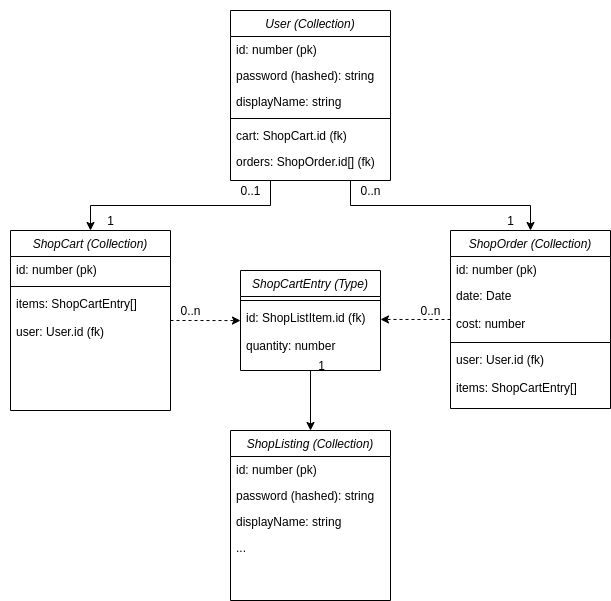
The draw.io diagram docs/assets/DbSchema.png in scottzach1/Packet-Loss-Computer-Store, before a commit. Source tidied: cells renumbered, new cells last; positions are measured from the earlier drawing's top-left corner, leaving out a move shared by most shapes. The source it was exported from:
```xml
<mxGraphModel>
  <root>
    <mxCell id="0" />
    <mxCell id="1" parent="0" />
    <mxCell id="2" value="ShopCartEntry (Type)" style="swimlane;fontStyle=2;align=center;verticalAlign=top;horizontal=1;startSize=26;rounded=0;shadow=0;strokeWidth=1;" parent="1" vertex="1">
      <mxGeometry x="230" y="260" width="140" height="100" as="geometry" />
    </mxCell>
    <mxCell id="3" style="line;html=1;strokeWidth=1;align=left;verticalAlign=middle;spacingTop=-1;spacingLeft=3;spacingRight=3;labelPosition=right;" parent="2" vertex="1">
      <mxGeometry y="26" width="140" height="8" as="geometry" />
    </mxCell>
    <mxCell id="4" value="id: ShopListItem.id (fk)" style="text;align=left;verticalAlign=top;spacingLeft=4;spacingRight=4;overflow=hidden;points=[[0,0.5],[1,0.5]];portConstraint=eastwest;" parent="2" vertex="1">
      <mxGeometry y="34" width="140" height="28" as="geometry" />
    </mxCell>
    <mxCell id="5" value="quantity: number" style="text;align=left;verticalAlign=top;spacingLeft=4;spacingRight=4;overflow=hidden;" parent="2" vertex="1">
      <mxGeometry y="62" width="140" height="28" as="geometry" />
    </mxCell>
    <mxCell id="6" value="0..1" style="text;html=1;align=center;verticalAlign=middle;" parent="1" vertex="1">
      <mxGeometry x="220" y="170" width="40" height="20" as="geometry" />
    </mxCell>
    <mxCell id="7" value="0..n" style="text;html=1;align=center;verticalAlign=middle;" parent="1" vertex="1">
      <mxGeometry x="340" y="170" width="40" height="20" as="geometry" />
    </mxCell>
    <mxCell id="8" value="1" style="text;html=1;align=center;verticalAlign=middle;" parent="1" vertex="1">
      <mxGeometry x="490" y="200" width="20" height="20" as="geometry" />
    </mxCell>
    <mxCell id="9" style="edgeStyle=orthogonalEdgeStyle;rounded=0;jettySize=auto;html=1;exitX=0.25;exitY=1;exitDx=0;exitDy=0;" parent="1" edge="1" source="21" target="37">
      <mxGeometry relative="1" as="geometry" />
    </mxCell>
    <mxCell id="10" style="edgeStyle=orthogonalEdgeStyle;rounded=0;jettySize=auto;html=1;exitX=1;exitY=0.5;exitDx=0;exitDy=0;entryX=0;entryY=0.573;entryDx=0;entryDy=0;entryPerimeter=0;dashed=1;" parent="1" edge="1" source="37" target="4">
      <mxGeometry relative="1" as="geometry" />
    </mxCell>
    <mxCell id="11" style="edgeStyle=orthogonalEdgeStyle;rounded=0;jettySize=auto;html=1;exitX=0;exitY=0.5;exitDx=0;exitDy=0;entryX=1;entryY=0.534;entryDx=0;entryDy=0;entryPerimeter=0;dashed=1;" parent="1" edge="1" source="12" target="4">
      <mxGeometry relative="1" as="geometry" />
    </mxCell>
    <mxCell id="12" value="ShopOrder (Collection)" style="swimlane;fontStyle=2;align=center;verticalAlign=top;horizontal=1;startSize=26;rounded=0;shadow=0;strokeWidth=1;" parent="1" vertex="1">
      <mxGeometry x="440" y="220" width="160" height="178" as="geometry" />
    </mxCell>
    <mxCell id="13" value="id: number (pk)" style="text;align=left;verticalAlign=top;spacingLeft=4;spacingRight=4;overflow=hidden;" parent="12" vertex="1">
      <mxGeometry y="26" width="160" height="26" as="geometry" />
    </mxCell>
    <mxCell id="14" value="date: Date" style="text;align=left;verticalAlign=top;spacingLeft=4;spacingRight=4;overflow=hidden;" parent="12" vertex="1">
      <mxGeometry y="52" width="160" height="28" as="geometry" />
    </mxCell>
    <mxCell id="15" value="cost: number" style="text;align=left;verticalAlign=top;spacingLeft=4;spacingRight=4;overflow=hidden;" parent="12" vertex="1">
      <mxGeometry y="80" width="160" height="28" as="geometry" />
    </mxCell>
    <mxCell id="16" style="line;html=1;strokeWidth=1;align=left;verticalAlign=middle;spacingTop=-1;spacingLeft=3;spacingRight=3;labelPosition=right;" parent="12" vertex="1">
      <mxGeometry y="108" width="160" height="8" as="geometry" />
    </mxCell>
    <mxCell id="17" value="user: User.id (fk)" style="text;align=left;verticalAlign=top;spacingLeft=4;spacingRight=4;overflow=hidden;" parent="12" vertex="1">
      <mxGeometry y="116" width="160" height="28" as="geometry" />
    </mxCell>
    <mxCell id="18" value="items: ShopCartEntry[]" style="text;align=left;verticalAlign=top;spacingLeft=4;spacingRight=4;overflow=hidden;" parent="12" vertex="1">
      <mxGeometry y="144" width="160" height="34" as="geometry" />
    </mxCell>
    <mxCell id="19" value="1" style="text;html=1;align=center;verticalAlign=middle;" parent="1" vertex="1">
      <mxGeometry x="90" y="200" width="20" height="20" as="geometry" />
    </mxCell>
    <mxCell id="20" style="edgeStyle=orthogonalEdgeStyle;rounded=0;jettySize=auto;html=1;exitX=0.75;exitY=1;exitDx=0;exitDy=0;" parent="1" edge="1" source="21" target="12">
      <mxGeometry relative="1" as="geometry" />
    </mxCell>
    <mxCell id="21" value="User (Collection)" style="swimlane;fontStyle=2;align=center;verticalAlign=top;horizontal=1;startSize=26;rounded=0;shadow=0;strokeWidth=1;" parent="1" vertex="1">
      <mxGeometry x="220" width="160" height="170" as="geometry" />
    </mxCell>
    <mxCell id="22" value="id: number (pk)" style="text;align=left;verticalAlign=top;spacingLeft=4;spacingRight=4;overflow=hidden;" parent="21" vertex="1">
      <mxGeometry y="26" width="160" height="26" as="geometry" />
    </mxCell>
    <mxCell id="23" value="password (hashed): string" style="text;align=left;verticalAlign=top;spacingLeft=4;spacingRight=4;overflow=hidden;rounded=0;shadow=0;html=0;" parent="21" vertex="1">
      <mxGeometry y="52" width="160" height="26" as="geometry" />
    </mxCell>
    <mxCell id="24" value="displayName: string" style="text;align=left;verticalAlign=top;spacingLeft=4;spacingRight=4;overflow=hidden;rounded=0;shadow=0;html=0;" parent="21" vertex="1">
      <mxGeometry y="78" width="160" height="26" as="geometry" />
    </mxCell>
    <mxCell id="25" style="line;html=1;strokeWidth=1;align=left;verticalAlign=middle;spacingTop=-1;spacingLeft=3;spacingRight=3;labelPosition=right;" parent="21" vertex="1">
      <mxGeometry y="104" width="160" height="8" as="geometry" />
    </mxCell>
    <mxCell id="26" value="cart: ShopCart.id (fk)" style="text;align=left;verticalAlign=top;spacingLeft=4;spacingRight=4;overflow=hidden;rounded=0;shadow=0;html=0;" parent="21" vertex="1">
      <mxGeometry y="112" width="160" height="26" as="geometry" />
    </mxCell>
    <mxCell id="27" value="orders: ShopOrder.id[] (fk)" style="text;align=left;verticalAlign=top;spacingLeft=4;spacingRight=4;overflow=hidden;rounded=0;shadow=0;html=0;" parent="21" vertex="1">
      <mxGeometry y="138" width="160" height="26" as="geometry" />
    </mxCell>
    <mxCell id="28" style="edgeStyle=orthogonalEdgeStyle;rounded=0;jettySize=auto;html=1;exitX=0.5;exitY=1;exitDx=0;exitDy=0;entryX=0.5;entryY=0;entryDx=0;entryDy=0;" parent="1" edge="1" source="2" target="29">
      <mxGeometry relative="1" as="geometry" />
    </mxCell>
    <mxCell id="29" value="ShopListing (Collection)" style="swimlane;fontStyle=2;align=center;verticalAlign=top;horizontal=1;startSize=26;rounded=0;shadow=0;strokeWidth=1;" parent="1" vertex="1">
      <mxGeometry x="220" y="420" width="160" height="170" as="geometry" />
    </mxCell>
    <mxCell id="30" value="id: number (pk)" style="text;align=left;verticalAlign=top;spacingLeft=4;spacingRight=4;overflow=hidden;" parent="29" vertex="1">
      <mxGeometry y="26" width="160" height="26" as="geometry" />
    </mxCell>
    <mxCell id="31" value="password (hashed): string" style="text;align=left;verticalAlign=top;spacingLeft=4;spacingRight=4;overflow=hidden;rounded=0;shadow=0;html=0;" parent="29" vertex="1">
      <mxGeometry y="52" width="160" height="26" as="geometry" />
    </mxCell>
    <mxCell id="32" value="displayName: string" style="text;align=left;verticalAlign=top;spacingLeft=4;spacingRight=4;overflow=hidden;rounded=0;shadow=0;html=0;" parent="29" vertex="1">
      <mxGeometry y="78" width="160" height="26" as="geometry" />
    </mxCell>
    <mxCell id="33" value="..." style="text;align=left;verticalAlign=top;spacingLeft=4;spacingRight=4;overflow=hidden;rounded=0;shadow=0;html=0;" parent="29" vertex="1">
      <mxGeometry y="104" width="160" height="26" as="geometry" />
    </mxCell>
    <mxCell id="34" value="0..n" style="text;html=1;align=center;verticalAlign=middle;" parent="1" vertex="1">
      <mxGeometry x="400" y="290" width="40" height="20" as="geometry" />
    </mxCell>
    <mxCell id="35" value="0..n" style="text;html=1;align=center;verticalAlign=middle;" parent="1" vertex="1">
      <mxGeometry x="160" y="290" width="40" height="20" as="geometry" />
    </mxCell>
    <mxCell id="36" value="1" style="text;html=1;align=center;verticalAlign=middle;" parent="1" vertex="1">
      <mxGeometry x="301" y="345" width="20" height="20" as="geometry" />
    </mxCell>
    <mxCell id="37" value="ShopCart (Collection)" style="swimlane;fontStyle=2;align=center;verticalAlign=top;horizontal=1;startSize=26;rounded=0;shadow=0;strokeWidth=1;" parent="1" vertex="1">
      <mxGeometry y="220" width="160" height="180" as="geometry" />
    </mxCell>
    <mxCell id="38" value="id: number (pk)" style="text;align=left;verticalAlign=top;spacingLeft=4;spacingRight=4;overflow=hidden;" parent="37" vertex="1">
      <mxGeometry y="26" width="160" height="26" as="geometry" />
    </mxCell>
    <mxCell id="39" style="line;html=1;strokeWidth=1;align=left;verticalAlign=middle;spacingTop=-1;spacingLeft=3;spacingRight=3;labelPosition=right;" parent="37" vertex="1">
      <mxGeometry y="52" width="160" height="8" as="geometry" />
    </mxCell>
    <mxCell id="40" value="items: ShopCartEntry[]" style="text;align=left;verticalAlign=top;spacingLeft=4;spacingRight=4;overflow=hidden;" parent="37" vertex="1">
      <mxGeometry y="60" width="160" height="28" as="geometry" />
    </mxCell>
    <mxCell id="41" value="user: User.id (fk)" style="text;align=left;verticalAlign=top;spacingLeft=4;spacingRight=4;overflow=hidden;" parent="37" vertex="1">
      <mxGeometry y="88" width="160" height="62" as="geometry" />
    </mxCell>
  </root>
</mxGraphModel>
```
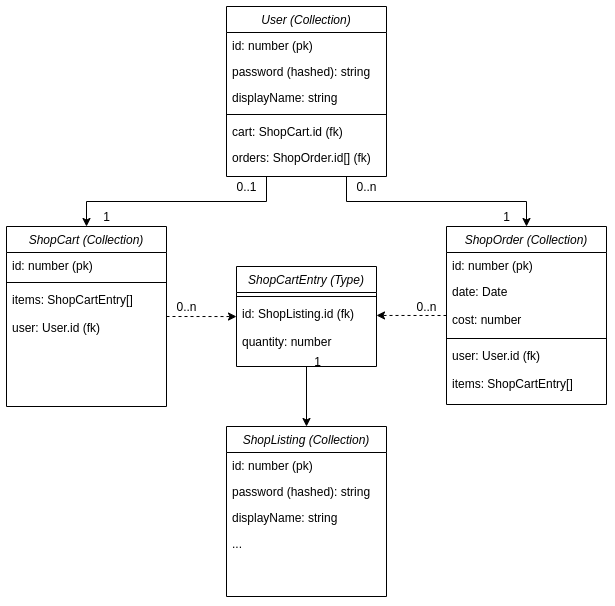
The same diagram one commit later.

Diff of the diagram source:
```diff
@@ -8,11 +8,11 @@
     <mxCell id="3" style="line;html=1;strokeWidth=1;align=left;verticalAlign=middle;spacingTop=-1;spacingLeft=3;spacingRight=3;labelPosition=right;" parent="2" vertex="1">
       <mxGeometry y="26" width="140" height="8" as="geometry" />
     </mxCell>
-    <mxCell id="4" value="id: ShopListItem.id (fk)" style="text;align=left;verticalAlign=top;spacingLeft=4;spacingRight=4;overflow=hidden;points=[[0,0.5],[1,0.5]];portConstraint=eastwest;" parent="2" vertex="1">
+    <mxCell id="4" value="id: ShopListing.id (fk)" style="text;align=left;verticalAlign=top;spacingLeft=4;spacingRight=4;overflow=hidden;points=[[0,0.5],[1,0.5]];portConstraint=eastwest;" parent="2" vertex="1">
       <mxGeometry y="34" width="140" height="28" as="geometry" />
     </mxCell>
     <mxCell id="5" value="quantity: number" style="text;align=left;verticalAlign=top;spacingLeft=4;spacingRight=4;overflow=hidden;" parent="2" vertex="1">
-      <mxGeometry y="62" width="140" height="28" as="geometry" />
+      <mxGeometry y="62" width="140" height="30" as="geometry" />
     </mxCell>
     <mxCell id="6" value="0..1" style="text;html=1;align=center;verticalAlign=middle;" parent="1" vertex="1">
       <mxGeometry x="220" y="170" width="40" height="20" as="geometry" />
```
